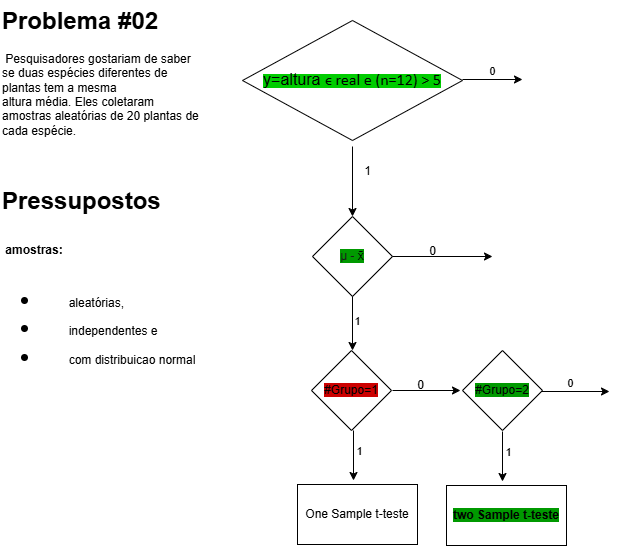
The draw.io diagram diagrams/Untitled Diagram.drawio.png in stick35em10/Exemplos_para_os_Testes_de_Hip-teses, before a commit. Source tidied: cells renumbered, new cells last; positions are measured from the earlier drawing's top-left corner, leaving out a move shared by most shapes. Source of this version:
```xml
<mxGraphModel>
  <root>
    <mxCell id="0" />
    <mxCell id="1" parent="0" />
    <mxCell id="2" value="&lt;span style=&quot;background-color: rgb(0, 204, 0);&quot;&gt;&lt;span style=&quot;font-size:12.0pt;line-height:115%;&amp;lt;br/&amp;gt;font-family:&amp;quot;Calibri&amp;quot;,sans-serif;mso-ascii-theme-font:minor-latin;mso-fareast-font-family:&amp;lt;br/&amp;gt;Calibri;mso-fareast-theme-font:minor-latin;mso-hansi-theme-font:minor-latin;&amp;lt;br/&amp;gt;mso-bidi-font-family:&amp;quot;Times New Roman&amp;quot;;mso-bidi-theme-font:minor-bidi;&amp;lt;br/&amp;gt;mso-ansi-language:EN-US;mso-fareast-language:EN-US;mso-bidi-language:AR-SA&quot;&gt;y=altura&amp;nbsp;&lt;/span&gt;&lt;span style=&quot;font-size:12.0pt;line-height:115%;font-family:&amp;quot;Calibri&amp;quot;,sans-serif;&amp;lt;br/&amp;gt;mso-ascii-theme-font:minor-latin;mso-fareast-font-family:Calibri;mso-fareast-theme-font:&amp;lt;br/&amp;gt;minor-latin;mso-hansi-theme-font:minor-latin;mso-bidi-theme-font:minor-latin;&amp;lt;br/&amp;gt;mso-ansi-language:EN-US;mso-fareast-language:EN-US;mso-bidi-language:AR-SA&quot;&gt;ϵ&lt;/span&gt;&lt;span style=&quot;font-size:12.0pt;line-height:115%;font-family:&amp;quot;Calibri&amp;quot;,sans-serif;&amp;lt;br/&amp;gt;mso-ascii-theme-font:minor-latin;mso-fareast-font-family:Calibri;mso-fareast-theme-font:&amp;lt;br/&amp;gt;minor-latin;mso-hansi-theme-font:minor-latin;mso-bidi-font-family:&amp;quot;Times New Roman&amp;quot;;&amp;lt;br/&amp;gt;mso-bidi-theme-font:minor-bidi;mso-ansi-language:EN-US;mso-fareast-language:&amp;lt;br/&amp;gt;EN-US;mso-bidi-language:AR-SA&quot;&gt; real e (n=12) &amp;gt; 5&lt;/span&gt;&lt;/span&gt;" style="rhombus;whiteSpace=wrap;html=1;" parent="1" vertex="1">
      <mxGeometry x="242" y="20" width="220" height="120" as="geometry" />
    </mxCell>
    <mxCell id="3" style="endArrow=classic;html=1;rounded=0;exitX=1;exitY=0.5;exitDx=0;exitDy=0;" parent="1" edge="1">
      <mxGeometry relative="1" as="geometry">
        <mxPoint x="462" y="79" as="sourcePoint" />
        <mxPoint x="522" y="79" as="targetPoint" />
      </mxGeometry>
    </mxCell>
    <mxCell id="4" value="0" style="edgeLabel;html=1;align=center;verticalAlign=middle;" parent="3" vertex="1">
      <mxGeometry x="-0.04" y="9" relative="1" as="geometry" />
    </mxCell>
    <mxCell id="5" style="endArrow=classic;html=1;rounded=0;exitX=0.5;exitY=1;exitDx=0;exitDy=0;" parent="1" edge="1">
      <mxGeometry relative="1" as="geometry">
        <mxPoint x="352" y="146" as="sourcePoint" />
        <mxPoint x="352" y="216" as="targetPoint" />
      </mxGeometry>
    </mxCell>
    <mxCell id="6" value="1" style="text;html=1;align=center;verticalAlign=middle;strokeColor=none;fillColor=none;" parent="1" vertex="1">
      <mxGeometry x="352" y="156" width="30" height="30" as="geometry" />
    </mxCell>
    <mxCell id="7" value="&lt;font&gt;&lt;font style=&quot;color: rgb(26, 26, 26); background-color: rgb(0, 153, 0);&quot;&gt;μ -&lt;/font&gt;&lt;font style=&quot;background-color: rgb(0, 153, 0); color: rgb(0, 0, 0);&quot;&gt; x̄&lt;/font&gt;&lt;/font&gt;" style="rhombus;whiteSpace=wrap;html=1;" parent="1" vertex="1">
      <mxGeometry x="312" y="216" width="80" height="80" as="geometry" />
    </mxCell>
    <mxCell id="8" style="endArrow=classic;html=1;rounded=0;exitX=1;exitY=0.5;exitDx=0;exitDy=0;" parent="1" edge="1" source="7">
      <mxGeometry relative="1" as="geometry">
        <mxPoint x="492" y="256" as="targetPoint" />
      </mxGeometry>
    </mxCell>
    <mxCell id="9" value="0" style="text;html=1;align=center;verticalAlign=middle;strokeColor=none;fillColor=none;" parent="1" vertex="1">
      <mxGeometry x="417" y="236" width="30" height="30" as="geometry" />
    </mxCell>
    <mxCell id="10" style="endArrow=classic;html=1;rounded=0;exitX=0.5;exitY=1;exitDx=0;exitDy=0;" parent="1" edge="1" source="7">
      <mxGeometry relative="1" as="geometry">
        <mxPoint x="352" y="350" as="targetPoint" />
      </mxGeometry>
    </mxCell>
    <mxCell id="11" value="1" style="edgeLabel;html=1;align=center;verticalAlign=middle;" parent="10" vertex="1">
      <mxGeometry x="-0.12" y="4" relative="1" as="geometry" />
    </mxCell>
    <mxCell id="12" value="&lt;h1 style=&quot;margin-top: 0px;&quot;&gt;Problema #02&lt;/h1&gt;&lt;p&gt;&amp;nbsp;Pesquisadores gostariam de saber se duas espécies diferentes de plantas tem a mesma &lt;br/&gt;altura média. Eles coletaram amostras aleatórias de 20 plantas de cada espécie.&lt;/p&gt;" style="text;html=1;whiteSpace=wrap;overflow=hidden;rounded=0;" parent="1" vertex="1">
      <mxGeometry width="200" height="160" as="geometry" />
    </mxCell>
    <mxCell id="13" value="&lt;h1 style=&quot;margin-top: 0px;&quot;&gt;Pressupostos&lt;/h1&gt;&lt;h1 style=&quot;margin-top: 0px;&quot;&gt;&lt;span style=&quot;background-color: transparent; color: light-dark(rgb(0, 0, 0), rgb(255, 255, 255)); font-size: 12px; font-weight: normal;&quot;&gt;&amp;nbsp;&lt;/span&gt;&lt;span style=&quot;background-color: transparent; color: light-dark(rgb(0, 0, 0), rgb(255, 255, 255)); font-size: 12px;&quot;&gt;amostras:&lt;/span&gt;&lt;span style=&quot;background-color: transparent; color: light-dark(rgb(0, 0, 0), rgb(255, 255, 255)); font-size: 12px; font-weight: normal;&quot;&gt;&amp;nbsp;&lt;/span&gt;&lt;/h1&gt;&lt;h1 style=&quot;margin-top: 0px;&quot;&gt;&lt;ul&gt;&lt;li&gt;&lt;span style=&quot;background-color: transparent; color: light-dark(rgb(0, 0, 0), rgb(255, 255, 255)); font-size: 12px; font-weight: normal;&quot;&gt;&lt;span style=&quot;white-space: pre;&quot;&gt;&#9;&lt;/span&gt;aleatórias,&amp;nbsp;&lt;/span&gt;&lt;/li&gt;&lt;li&gt;&lt;span style=&quot;background-color: transparent; color: light-dark(rgb(0, 0, 0), rgb(255, 255, 255)); font-size: 12px; font-weight: normal;&quot;&gt;&lt;span style=&quot;white-space: pre;&quot;&gt;&#9;&lt;/span&gt;independentes e&amp;nbsp;&lt;/span&gt;&lt;/li&gt;&lt;li&gt;&lt;span style=&quot;background-color: transparent; color: light-dark(rgb(0, 0, 0), rgb(255, 255, 255)); font-size: 12px; font-weight: normal;&quot;&gt;&lt;span style=&quot;white-space: pre;&quot;&gt;&#9;&lt;/span&gt;com distribuicao normal&lt;/span&gt;&lt;/li&gt;&lt;/ul&gt;&lt;/h1&gt;" style="text;html=1;whiteSpace=wrap;overflow=hidden;rounded=0;" parent="1" vertex="1">
      <mxGeometry y="180" width="210" height="190" as="geometry" />
    </mxCell>
    <mxCell id="14" value="&lt;span style=&quot;background-color: rgb(204, 0, 0);&quot;&gt;#Grupo=1&lt;/span&gt;" style="rhombus;whiteSpace=wrap;html=1;" parent="1" vertex="1">
      <mxGeometry x="311" y="350" width="80" height="80" as="geometry" />
    </mxCell>
    <mxCell id="15" style="endArrow=classic;html=1;rounded=0;" parent="1" edge="1">
      <mxGeometry relative="1" as="geometry">
        <mxPoint x="392" y="390" as="sourcePoint" />
        <mxPoint x="460" y="390" as="targetPoint" />
      </mxGeometry>
    </mxCell>
    <mxCell id="16" style="endArrow=classic;html=1;rounded=0;exitX=0.475;exitY=1;exitDx=0;exitDy=0;exitPerimeter=0;" parent="1" edge="1">
      <mxGeometry relative="1" as="geometry">
        <mxPoint x="353" y="430" as="sourcePoint" />
        <mxPoint x="353" y="480" as="targetPoint" />
      </mxGeometry>
    </mxCell>
    <mxCell id="17" value="1" style="edgeLabel;html=1;align=center;verticalAlign=middle;" parent="16" vertex="1">
      <mxGeometry x="-0.2" y="5" relative="1" as="geometry" />
    </mxCell>
    <mxCell id="18" value="0" style="text;html=1;align=center;verticalAlign=middle;strokeColor=none;fillColor=none;" parent="1" vertex="1">
      <mxGeometry x="405" y="370" width="30" height="30" as="geometry" />
    </mxCell>
    <mxCell id="19" value="One Sample t-teste" style="rounded=0;whiteSpace=wrap;html=1;" parent="1" vertex="1">
      <mxGeometry x="297" y="484" width="120" height="60" as="geometry" />
    </mxCell>
    <mxCell id="20" value="&lt;span style=&quot;background-color: rgb(0, 153, 0);&quot;&gt;#Grupo=2&lt;/span&gt;" style="rhombus;whiteSpace=wrap;html=1;" parent="1" vertex="1">
      <mxGeometry x="462" y="350" width="80" height="80" as="geometry" />
    </mxCell>
    <mxCell id="21" style="endArrow=classic;html=1;rounded=0;" parent="1" edge="1">
      <mxGeometry relative="1" as="geometry">
        <mxPoint x="541" y="391" as="sourcePoint" />
        <mxPoint x="609" y="391" as="targetPoint" />
      </mxGeometry>
    </mxCell>
    <mxCell id="22" value="0" style="edgeLabel;html=1;align=center;verticalAlign=middle;" parent="21" vertex="1">
      <mxGeometry x="-0.18" y="9" relative="1" as="geometry" />
    </mxCell>
    <mxCell id="23" style="endArrow=classic;html=1;rounded=0;exitX=0.475;exitY=1;exitDx=0;exitDy=0;exitPerimeter=0;" parent="1" edge="1">
      <mxGeometry relative="1" as="geometry">
        <mxPoint x="502" y="431" as="sourcePoint" />
        <mxPoint x="502" y="481" as="targetPoint" />
      </mxGeometry>
    </mxCell>
    <mxCell id="24" value="1" style="edgeLabel;html=1;align=center;verticalAlign=middle;fillColor=#009900;" parent="23" vertex="1">
      <mxGeometry x="-0.2" y="5" relative="1" as="geometry" />
    </mxCell>
    <mxCell id="25" value="&lt;b style=&quot;background-color: rgb(0, 153, 0);&quot;&gt;two Sample t-teste&lt;/b&gt;" style="rounded=0;whiteSpace=wrap;html=1;" parent="1" vertex="1">
      <mxGeometry x="446" y="485" width="120" height="60" as="geometry" />
    </mxCell>
  </root>
</mxGraphModel>
```
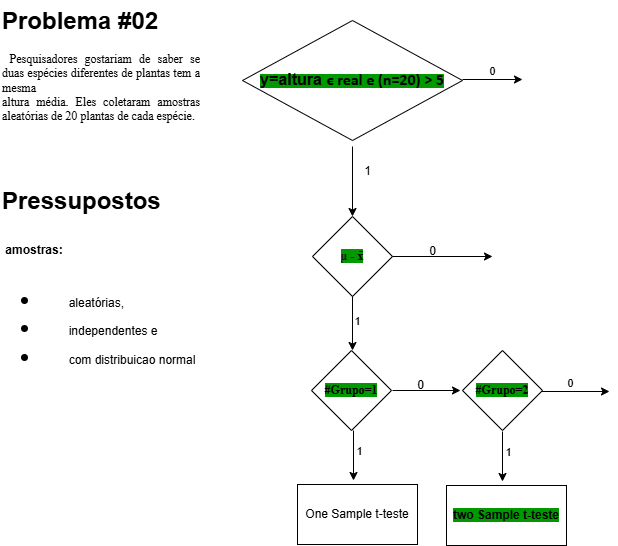
Above is the later version.

Change to the diagram source:
```diff
@@ -2,7 +2,7 @@
   <root>
     <mxCell id="0" />
     <mxCell id="1" parent="0" />
-    <mxCell id="2" value="&lt;span style=&quot;background-color: rgb(0, 204, 0);&quot;&gt;&lt;span style=&quot;font-size:12.0pt;line-height:115%;&amp;lt;br/&amp;gt;font-family:&amp;quot;Calibri&amp;quot;,sans-serif;mso-ascii-theme-font:minor-latin;mso-fareast-font-family:&amp;lt;br/&amp;gt;Calibri;mso-fareast-theme-font:minor-latin;mso-hansi-theme-font:minor-latin;&amp;lt;br/&amp;gt;mso-bidi-font-family:&amp;quot;Times New Roman&amp;quot;;mso-bidi-theme-font:minor-bidi;&amp;lt;br/&amp;gt;mso-ansi-language:EN-US;mso-fareast-language:EN-US;mso-bidi-language:AR-SA&quot;&gt;y=altura&amp;nbsp;&lt;/span&gt;&lt;span style=&quot;font-size:12.0pt;line-height:115%;font-family:&amp;quot;Calibri&amp;quot;,sans-serif;&amp;lt;br/&amp;gt;mso-ascii-theme-font:minor-latin;mso-fareast-font-family:Calibri;mso-fareast-theme-font:&amp;lt;br/&amp;gt;minor-latin;mso-hansi-theme-font:minor-latin;mso-bidi-theme-font:minor-latin;&amp;lt;br/&amp;gt;mso-ansi-language:EN-US;mso-fareast-language:EN-US;mso-bidi-language:AR-SA&quot;&gt;ϵ&lt;/span&gt;&lt;span style=&quot;font-size:12.0pt;line-height:115%;font-family:&amp;quot;Calibri&amp;quot;,sans-serif;&amp;lt;br/&amp;gt;mso-ascii-theme-font:minor-latin;mso-fareast-font-family:Calibri;mso-fareast-theme-font:&amp;lt;br/&amp;gt;minor-latin;mso-hansi-theme-font:minor-latin;mso-bidi-font-family:&amp;quot;Times New Roman&amp;quot;;&amp;lt;br/&amp;gt;mso-bidi-theme-font:minor-bidi;mso-ansi-language:EN-US;mso-fareast-language:&amp;lt;br/&amp;gt;EN-US;mso-bidi-language:AR-SA&quot;&gt; real e (n=12) &amp;gt; 5&lt;/span&gt;&lt;/span&gt;" style="rhombus;whiteSpace=wrap;html=1;" parent="1" vertex="1">
+    <mxCell id="2" value="&lt;span style=&quot;background-color: rgb(0, 153, 0);&quot;&gt;&lt;b style=&quot;&quot;&gt;&lt;span style=&quot;font-size: 12pt; line-height: 115%;&quot;&gt;y=altura&amp;nbsp;&lt;/span&gt;&lt;span style=&quot;font-size: 12pt; line-height: 115%; font-family: Calibri, sans-serif;&quot;&gt;ϵ&lt;/span&gt;&lt;span style=&quot;font-size: 12pt; line-height: 115%; font-family: Calibri, sans-serif;&quot;&gt; real e (n=20) &amp;gt; 5&lt;/span&gt;&lt;/b&gt;&lt;/span&gt;" style="rhombus;whiteSpace=wrap;html=1;" parent="1" vertex="1">
       <mxGeometry x="242" y="20" width="220" height="120" as="geometry" />
     </mxCell>
     <mxCell id="3" style="endArrow=classic;html=1;rounded=0;exitX=1;exitY=0.5;exitDx=0;exitDy=0;" parent="1" edge="1">
@@ -23,7 +23,7 @@
     <mxCell id="6" value="1" style="text;html=1;align=center;verticalAlign=middle;strokeColor=none;fillColor=none;" parent="1" vertex="1">
       <mxGeometry x="352" y="156" width="30" height="30" as="geometry" />
     </mxCell>
-    <mxCell id="7" value="&lt;font&gt;&lt;font style=&quot;color: rgb(26, 26, 26); background-color: rgb(0, 153, 0);&quot;&gt;μ -&lt;/font&gt;&lt;font style=&quot;background-color: rgb(0, 153, 0); color: rgb(0, 0, 0);&quot;&gt; x̄&lt;/font&gt;&lt;/font&gt;" style="rhombus;whiteSpace=wrap;html=1;" parent="1" vertex="1">
+    <mxCell id="7" value="&lt;font face=&quot;Times New Roman&quot;&gt;&lt;span style=&quot;background-color: rgb(0, 153, 0);&quot;&gt;&lt;b&gt;&lt;font style=&quot;color: rgb(26, 26, 26);&quot;&gt;μ -&lt;/font&gt;&lt;font style=&quot;color: rgb(0, 0, 0);&quot;&gt; x̄&lt;/font&gt;&lt;/b&gt;&lt;/span&gt;&lt;/font&gt;" style="rhombus;whiteSpace=wrap;html=1;" parent="1" vertex="1">
       <mxGeometry x="312" y="216" width="80" height="80" as="geometry" />
     </mxCell>
     <mxCell id="8" style="endArrow=classic;html=1;rounded=0;exitX=1;exitY=0.5;exitDx=0;exitDy=0;" parent="1" edge="1" source="7">
@@ -42,13 +42,13 @@
     <mxCell id="11" value="1" style="edgeLabel;html=1;align=center;verticalAlign=middle;" parent="10" vertex="1">
       <mxGeometry x="-0.12" y="4" relative="1" as="geometry" />
     </mxCell>
-    <mxCell id="12" value="&lt;h1 style=&quot;margin-top: 0px;&quot;&gt;Problema #02&lt;/h1&gt;&lt;p&gt;&amp;nbsp;Pesquisadores gostariam de saber se duas espécies diferentes de plantas tem a mesma &lt;br/&gt;altura média. Eles coletaram amostras aleatórias de 20 plantas de cada espécie.&lt;/p&gt;" style="text;html=1;whiteSpace=wrap;overflow=hidden;rounded=0;" parent="1" vertex="1">
+    <mxCell id="12" value="&lt;h1 style=&quot;text-align: justify; margin-top: 0px;&quot;&gt;Problema #02&lt;/h1&gt;&lt;p&gt;&lt;/p&gt;&lt;p style=&quot;text-align: justify;&quot;&gt;&lt;span style=&quot;background-color: transparent; color: light-dark(rgb(0, 0, 0), rgb(255, 255, 255));&quot;&gt;&lt;b&gt;&amp;nbsp;&lt;/b&gt;&lt;font face=&quot;Times New Roman&quot;&gt;Pesquisadores gostariam de saber se duas espécies diferentes de plantas tem a mesma&lt;br&gt;&lt;/font&gt;&lt;/span&gt;&lt;span style=&quot;background-color: transparent; color: light-dark(rgb(0, 0, 0), rgb(255, 255, 255));&quot;&gt;&lt;font face=&quot;Times New Roman&quot;&gt;altura média. Eles coletaram amostras aleatórias de 20 plantas de cada espécie.&lt;/font&gt;&lt;/span&gt;&lt;/p&gt;&lt;p&gt;&lt;/p&gt;" style="text;html=1;whiteSpace=wrap;overflow=hidden;rounded=0;" parent="1" vertex="1">
       <mxGeometry width="200" height="160" as="geometry" />
     </mxCell>
     <mxCell id="13" value="&lt;h1 style=&quot;margin-top: 0px;&quot;&gt;Pressupostos&lt;/h1&gt;&lt;h1 style=&quot;margin-top: 0px;&quot;&gt;&lt;span style=&quot;background-color: transparent; color: light-dark(rgb(0, 0, 0), rgb(255, 255, 255)); font-size: 12px; font-weight: normal;&quot;&gt;&amp;nbsp;&lt;/span&gt;&lt;span style=&quot;background-color: transparent; color: light-dark(rgb(0, 0, 0), rgb(255, 255, 255)); font-size: 12px;&quot;&gt;amostras:&lt;/span&gt;&lt;span style=&quot;background-color: transparent; color: light-dark(rgb(0, 0, 0), rgb(255, 255, 255)); font-size: 12px; font-weight: normal;&quot;&gt;&amp;nbsp;&lt;/span&gt;&lt;/h1&gt;&lt;h1 style=&quot;margin-top: 0px;&quot;&gt;&lt;ul&gt;&lt;li&gt;&lt;span style=&quot;background-color: transparent; color: light-dark(rgb(0, 0, 0), rgb(255, 255, 255)); font-size: 12px; font-weight: normal;&quot;&gt;&lt;span style=&quot;white-space: pre;&quot;&gt;&#9;&lt;/span&gt;aleatórias,&amp;nbsp;&lt;/span&gt;&lt;/li&gt;&lt;li&gt;&lt;span style=&quot;background-color: transparent; color: light-dark(rgb(0, 0, 0), rgb(255, 255, 255)); font-size: 12px; font-weight: normal;&quot;&gt;&lt;span style=&quot;white-space: pre;&quot;&gt;&#9;&lt;/span&gt;independentes e&amp;nbsp;&lt;/span&gt;&lt;/li&gt;&lt;li&gt;&lt;span style=&quot;background-color: transparent; color: light-dark(rgb(0, 0, 0), rgb(255, 255, 255)); font-size: 12px; font-weight: normal;&quot;&gt;&lt;span style=&quot;white-space: pre;&quot;&gt;&#9;&lt;/span&gt;com distribuicao normal&lt;/span&gt;&lt;/li&gt;&lt;/ul&gt;&lt;/h1&gt;" style="text;html=1;whiteSpace=wrap;overflow=hidden;rounded=0;" parent="1" vertex="1">
       <mxGeometry y="180" width="210" height="190" as="geometry" />
     </mxCell>
-    <mxCell id="14" value="&lt;span style=&quot;background-color: rgb(204, 0, 0);&quot;&gt;#Grupo=1&lt;/span&gt;" style="rhombus;whiteSpace=wrap;html=1;" parent="1" vertex="1">
+    <mxCell id="14" value="&lt;span style=&quot;background-color: rgb(0, 153, 0);&quot;&gt;&lt;b style=&quot;&quot;&gt;&lt;font face=&quot;Times New Roman&quot;&gt;#Grupo=1&lt;/font&gt;&lt;/b&gt;&lt;/span&gt;" style="rhombus;whiteSpace=wrap;html=1;" parent="1" vertex="1">
       <mxGeometry x="311" y="350" width="80" height="80" as="geometry" />
     </mxCell>
     <mxCell id="15" style="endArrow=classic;html=1;rounded=0;" parent="1" edge="1">
@@ -72,7 +72,7 @@
     <mxCell id="19" value="One Sample t-teste" style="rounded=0;whiteSpace=wrap;html=1;" parent="1" vertex="1">
       <mxGeometry x="297" y="484" width="120" height="60" as="geometry" />
     </mxCell>
-    <mxCell id="20" value="&lt;span style=&quot;background-color: rgb(0, 153, 0);&quot;&gt;#Grupo=2&lt;/span&gt;" style="rhombus;whiteSpace=wrap;html=1;" parent="1" vertex="1">
+    <mxCell id="20" value="&lt;span style=&quot;background-color: rgb(0, 153, 0);&quot;&gt;&lt;b style=&quot;&quot;&gt;&lt;font style=&quot;&quot; face=&quot;Times New Roman&quot;&gt;#Grupo=2&lt;/font&gt;&lt;/b&gt;&lt;/span&gt;" style="rhombus;whiteSpace=wrap;html=1;" parent="1" vertex="1">
       <mxGeometry x="462" y="350" width="80" height="80" as="geometry" />
     </mxCell>
     <mxCell id="21" style="endArrow=classic;html=1;rounded=0;" parent="1" edge="1">
```
